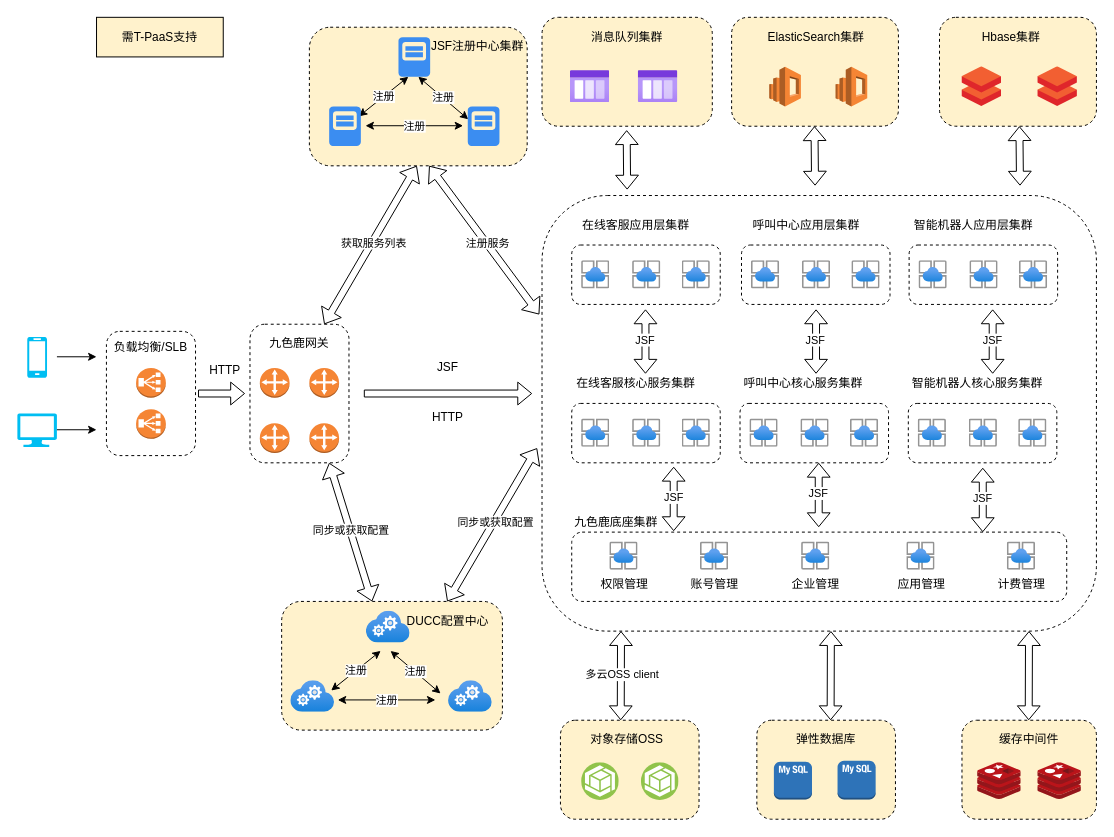
Above: 九色鹿部署架构图.drawio in greenabyss/image (draw.io), before the change. Source tidied: cells renumbered, new cells numbered last; positions are measured from the earlier drawing's top-left corner, leaving out a move shared by most shapes. Both pictures are drawn from the tidied source at 99%, with x=0, y=0 at pixel (17, 17).
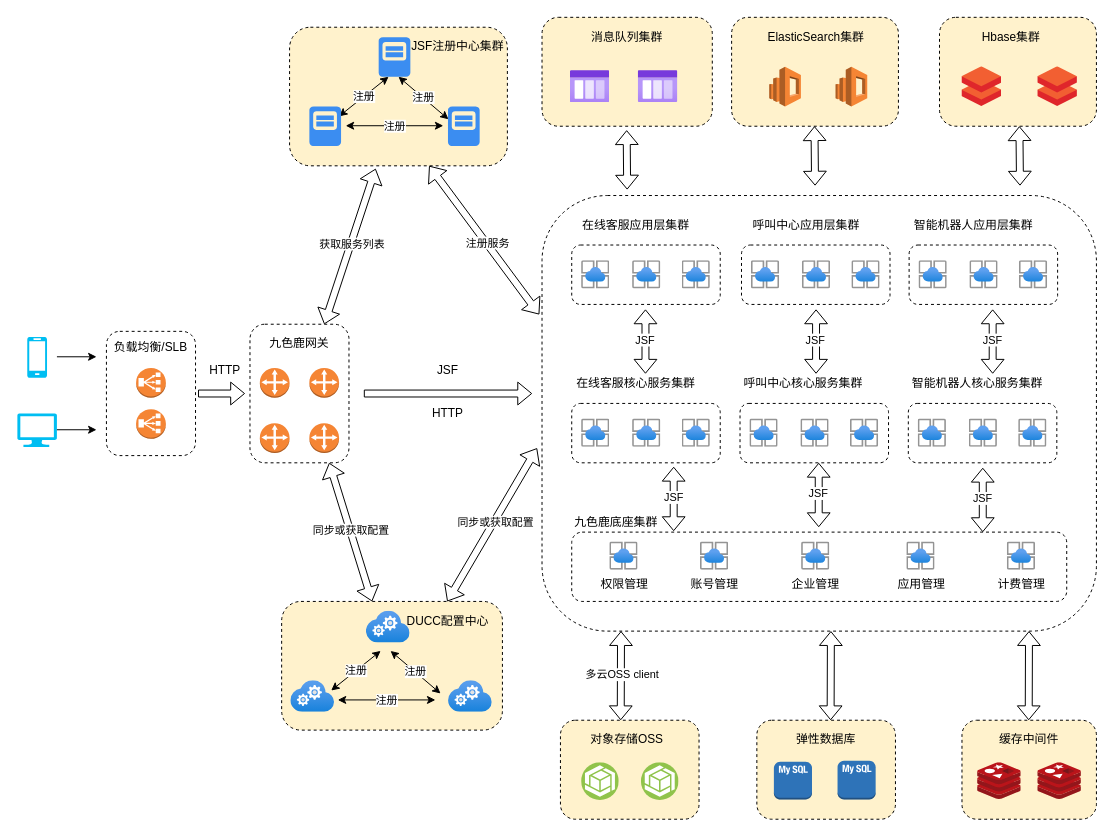
After the change.

Commit message:
更新九色鹿部署架构图.drawio

The change refers to these unchanged cells:
```xml
<mxCell id="54" style="rounded=1;whiteSpace=wrap;html=1;dashed=1;fillColor=#FFFFFF;" parent="1" vertex="1">
  <mxGeometry x="235" y="310" width="100" height="140" as="geometry" />
</mxCell>
```

Diff of the diagram source:
```diff
@@
     <mxCell id="60" value="JSF" style="text;html=1;strokeColor=none;fillColor=none;align=center;verticalAlign=middle;whiteSpace=wrap;rounded=0;dashed=1;" parent="1" vertex="1">
-      <mxGeometry x="370" y="344.2" width="130" height="20" as="geometry" />
+      <mxGeometry x="370" y="346.9" width="130" height="20" as="geometry" />
     </mxCell>
     <mxCell id="61" value="HTTP" style="text;html=1;strokeColor=none;fillColor=none;align=center;verticalAlign=middle;whiteSpace=wrap;rounded=0;dashed=1;" parent="1" vertex="1">
-      <mxGeometry x="370" y="394.2" width="130" height="20" as="geometry" />
+      <mxGeometry x="370" y="390" width="130" height="20" as="geometry" />
     </mxCell>
     <mxCell id="62" style="rounded=1;whiteSpace=wrap;html=1;dashed=1;fillColor=#FFF2CC;" parent="1" vertex="1">
-      <mxGeometry x="295" y="10" width="220" height="140" as="geometry" />
+      <mxGeometry x="275" y="10" width="220" height="140" as="geometry" />
     </mxCell>
@@
     <mxCell id="64" value="注册" style="endArrow=classic;startArrow=classic;html=1;" parent="1" edge="1">
       <mxGeometry relative="1" as="geometry">
-        <mxPoint x="345" y="100" as="sourcePoint" />
-        <mxPoint x="395" y="60" as="targetPoint" />
+        <mxPoint x="325" y="100" as="sourcePoint" />
+        <mxPoint x="375" y="60" as="targetPoint" />
       </mxGeometry>
     </mxCell>
     <mxCell id="65" value="注册" style="endArrow=classic;startArrow=classic;html=1;entryX=-0.037;entryY=0.5;entryDx=0;entryDy=0;entryPerimeter=0;" parent="1" edge="1">
       <mxGeometry relative="1" as="geometry">
-        <mxPoint x="351.7" y="109.5" as="sourcePoint" />
-        <mxPoint x="450.3" y="109.5" as="targetPoint" />
+        <mxPoint x="331.7" y="109.5" as="sourcePoint" />
+        <mxPoint x="430.3" y="109.5" as="targetPoint" />
       </mxGeometry>
     </mxCell>
     <mxCell id="66" value="注册" style="endArrow=classic;startArrow=classic;html=1;entryX=0.013;entryY=0.075;entryDx=0;entryDy=0;entryPerimeter=0;" parent="1" edge="1">
       <mxGeometry relative="1" as="geometry">
-        <mxPoint x="405" y="60" as="sourcePoint" />
-        <mxPoint x="455.5" y="103" as="targetPoint" />
+        <mxPoint x="385" y="60" as="sourcePoint" />
+        <mxPoint x="435.5" y="103" as="targetPoint" />
       </mxGeometry>
     </mxCell>
     <mxCell id="67" style="html=1;strokeColor=none;shadow=0;align=center;verticalAlign=top;fillColor=#3B8DF1;shape=mxgraph.gcp2.node;rounded=1;dashed=1;" parent="1" vertex="1">
-      <mxGeometry x="385" y="20" width="32" height="40" as="geometry" />
+      <mxGeometry x="365" y="20" width="32" height="40" as="geometry" />
     </mxCell>
     <mxCell id="68" style="html=1;strokeColor=none;shadow=0;align=center;verticalAlign=top;fillColor=#3B8DF1;shape=mxgraph.gcp2.node;rounded=1;dashed=1;" parent="1" vertex="1">
-      <mxGeometry x="455" y="90" width="32" height="40" as="geometry" />
+      <mxGeometry x="435" y="90" width="32" height="40" as="geometry" />
     </mxCell>
     <mxCell id="69" style="html=1;strokeColor=none;shadow=0;align=center;verticalAlign=top;fillColor=#3B8DF1;shape=mxgraph.gcp2.node;rounded=1;dashed=1;" parent="1" vertex="1">
-      <mxGeometry x="315" y="90" width="32" height="40" as="geometry" />
+      <mxGeometry x="295" y="90" width="32" height="40" as="geometry" />
     </mxCell>
     <mxCell id="70" value="JSF注册中心集群" style="text;html=1;strokeColor=none;fillColor=none;align=center;verticalAlign=middle;whiteSpace=wrap;rounded=0;dashed=1;" parent="1" vertex="1">
-      <mxGeometry x="400" y="20" width="130" height="20" as="geometry" />
+      <mxGeometry x="380" y="20" width="130" height="20" as="geometry" />
     </mxCell>
-    <mxCell id="71" style="shape=flexArrow;endArrow=classic;startArrow=classic;html=1;width=7;endWidth=15;endSize=4.33;startWidth=15;startSize=4.33;exitX=0.75;exitY=0;exitDx=0;exitDy=0;" parent="1" edge="1" source="54">
-      <mxGeometry relative="1" as="geometry">
-        <mxPoint x="403.5" y="150" as="targetPoint" />
-      </mxGeometry>
+    <mxCell id="71" style="shape=flexArrow;endArrow=classic;startArrow=classic;html=1;width=7;endWidth=15;endSize=4.33;startWidth=15;startSize=4.33;exitX=0.75;exitY=0;exitDx=0;exitDy=0;entryX=0.395;entryY=1.021;entryDx=0;entryDy=0;entryPerimeter=0;" parent="1" edge="1" source="54" target="62">
+      <mxGeometry relative="1" as="geometry" />
     </mxCell>
@@
-    <mxCell id="93" value="需T-PaaS支持" style="rounded=0;whiteSpace=wrap;html=1;fillColor=#FFF2CC;" parent="1" vertex="1">
-      <mxGeometry x="80" width="128" height="40" as="geometry" />
-    </mxCell>
```
